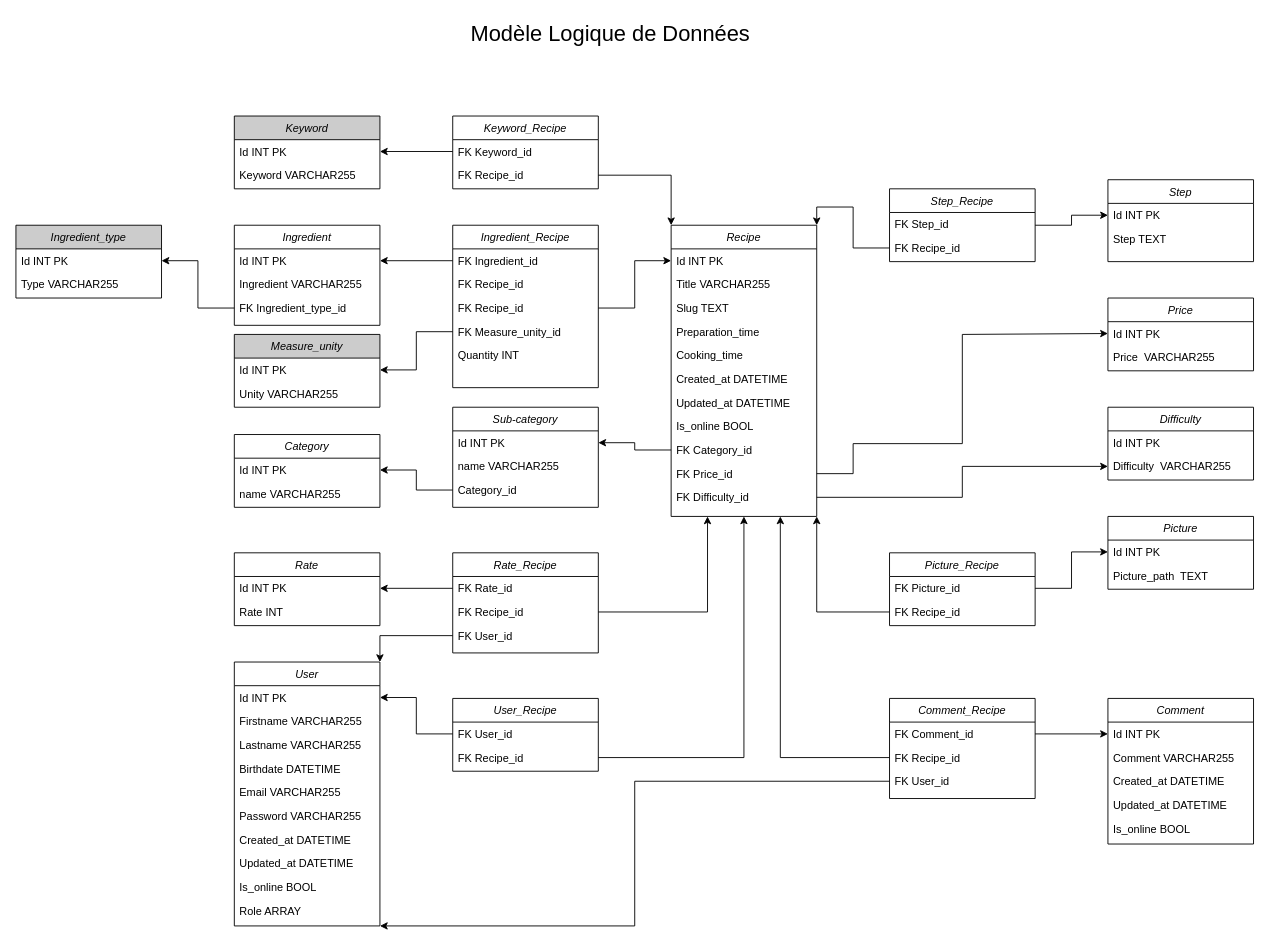
This is api/CDA-cuisine-di-panda-diagram-mld.drawio from vincentDubresson/cda-cuisine-di-panda, a draw.io file, before an edit. Source tidied: cells renumbered, new cells numbered last; positions are measured from the earlier drawing's top-left corner, leaving out a move shared by most shapes. Both pictures are drawn from the tidied source at 91%, with x=0, y=0 at pixel (15, 15).
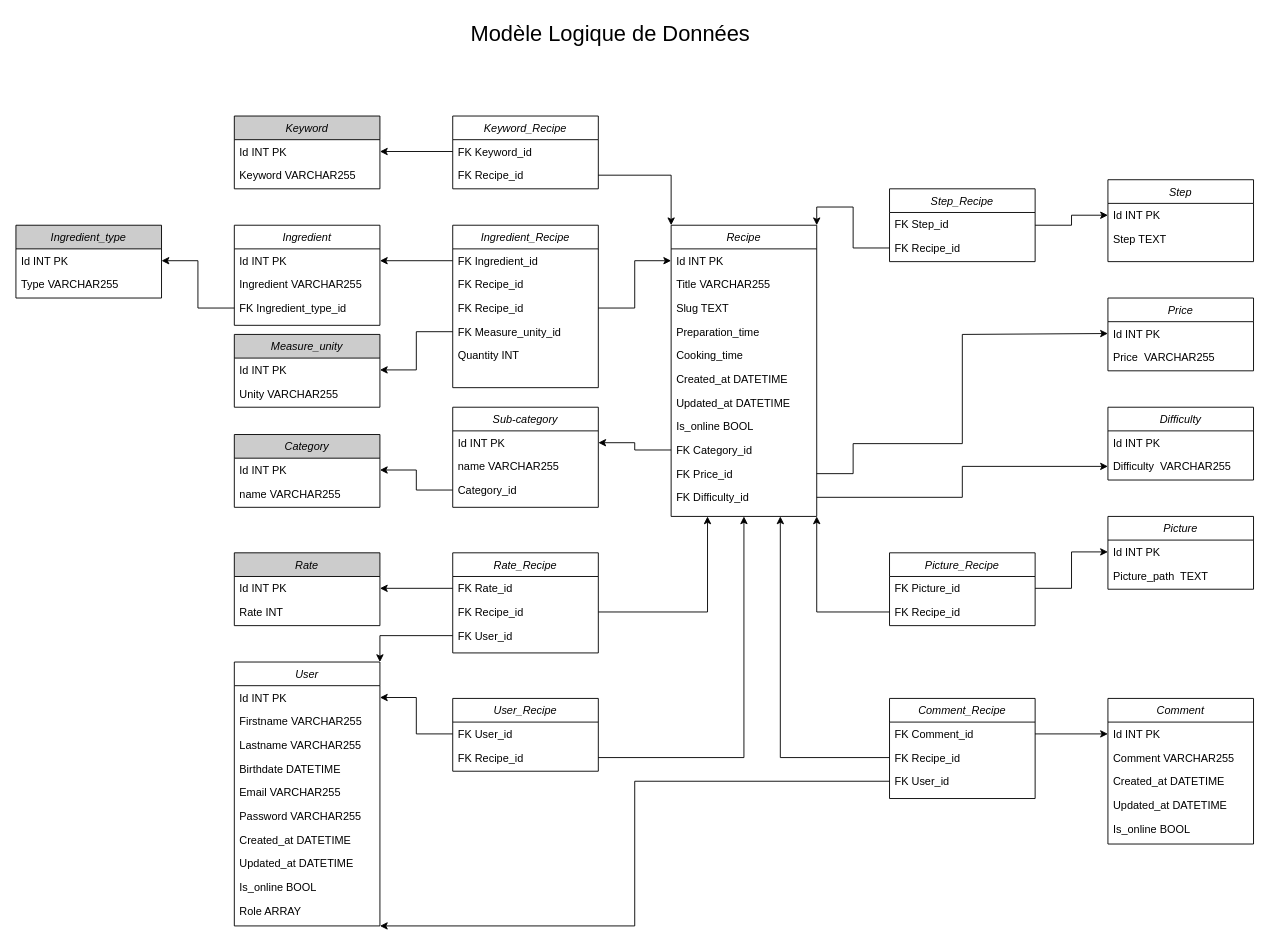
The same page after the edit.

Commit message (it also covers changes not shown here):
Creation of Rate entity, fixtures, repo and resolver

What changed in the source:
```diff
@@
-    <mxCell id="51" value="Rate" style="swimlane;fontStyle=2;align=center;verticalAlign=top;horizontal=1;startSize=26;rounded=0;shadow=0;strokeWidth=1;" parent="1" vertex="1">
+    <mxCell id="51" value="Rate" style="swimlane;fontStyle=2;align=center;verticalAlign=top;horizontal=1;startSize=26;rounded=0;shadow=0;strokeWidth=1;fillColor=#CCCCCC;" parent="1" vertex="1">
       <mxGeometry x="240" y="590" width="160" height="80" as="geometry" />
     </mxCell>
@@
-    <mxCell id="100" value="Category" style="swimlane;fontStyle=2;align=center;verticalAlign=top;horizontal=1;startSize=26;rounded=0;shadow=0;strokeWidth=1;" parent="1" vertex="1">
+    <mxCell id="100" value="Category" style="swimlane;fontStyle=2;align=center;verticalAlign=top;horizontal=1;startSize=26;rounded=0;shadow=0;strokeWidth=1;fillColor=#CCCCCC;" parent="1" vertex="1">
       <mxGeometry x="240" y="460" width="160" height="80" as="geometry" />
     </mxCell>
```
